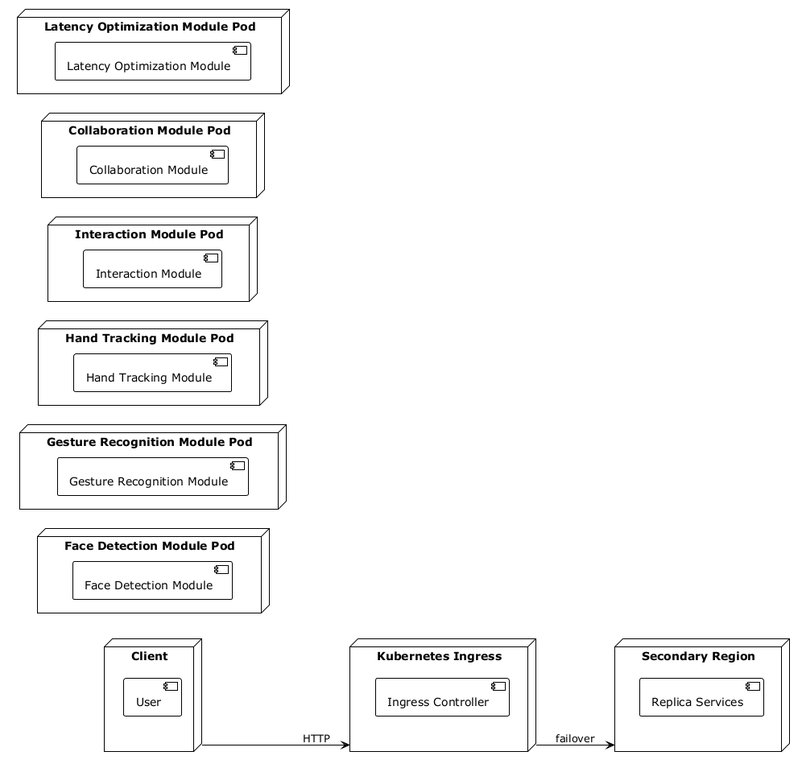
The PlantUML diagram data/outputs/deployment_view.png in hanaAbdelwahab/GPARCHIMIND, before a commit.
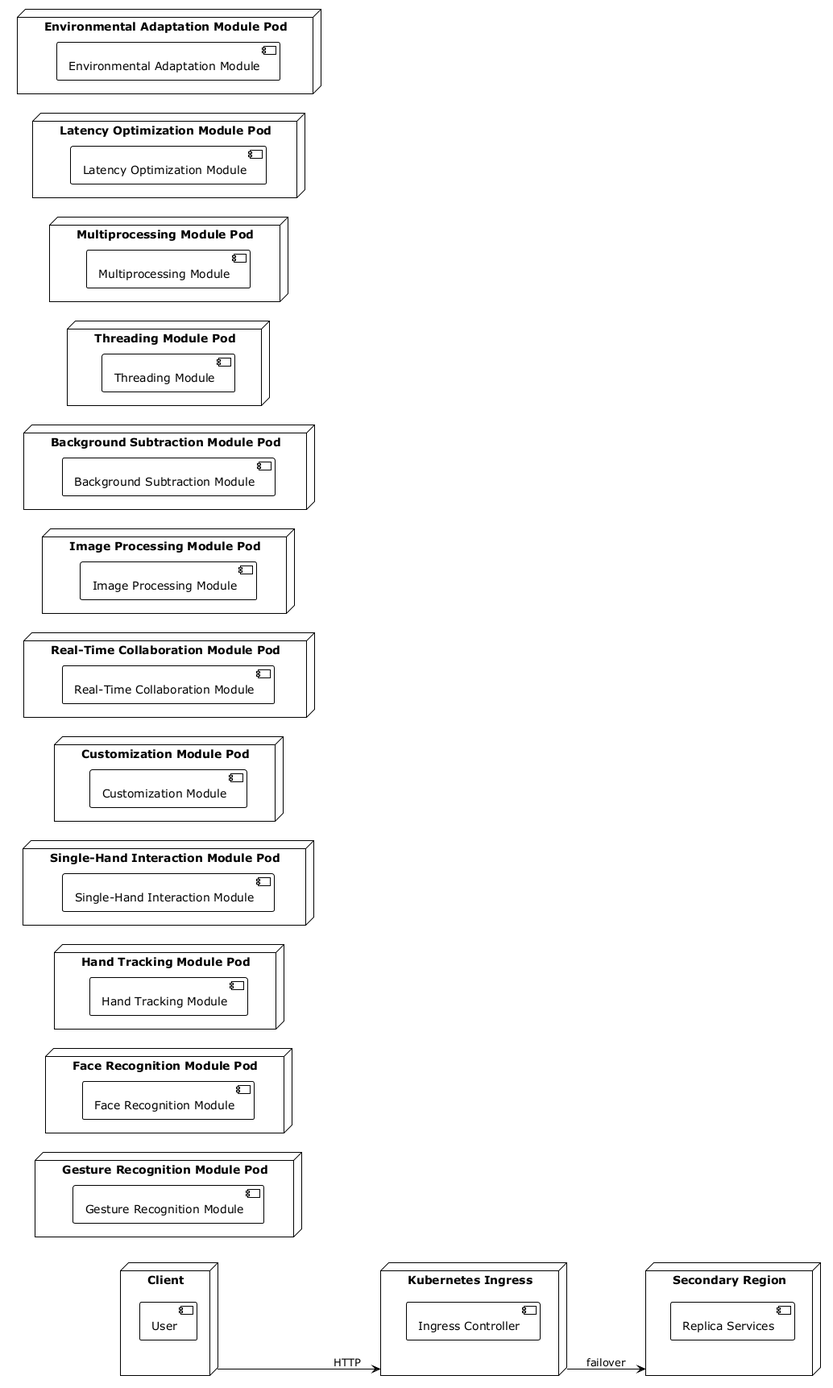
After the change.

The edit, as a diff of the source:
```diff
@@ -7,23 +7,41 @@
 node "Kubernetes Ingress" as IngressController {
   component "Ingress Controller"
 }
-node "Face Detection Module Pod" as FaceDetectionModulePod {
-  component "Face Detection Module"
-}
 node "Gesture Recognition Module Pod" as GestureRecognitionModulePod {
   component "Gesture Recognition Module"
+}
+node "Face Recognition Module Pod" as FaceRecognitionModulePod {
+  component "Face Recognition Module"
 }
 node "Hand Tracking Module Pod" as HandTrackingModulePod {
   component "Hand Tracking Module"
 }
-node "Interaction Module Pod" as InteractionModulePod {
-  component "Interaction Module"
+node "Single-Hand Interaction Module Pod" as SingleHandInteractionModulePod {
+  component "Single-Hand Interaction Module"
 }
-node "Collaboration Module Pod" as CollaborationModulePod {
-  component "Collaboration Module"
+node "Customization Module Pod" as CustomizationModulePod {
+  component "Customization Module"
+}
+node "Real-Time Collaboration Module Pod" as RealTimeCollaborationModulePod {
+  component "Real-Time Collaboration Module"
+}
+node "Image Processing Module Pod" as ImageProcessingModulePod {
+  component "Image Processing Module"
+}
+node "Background Subtraction Module Pod" as BackgroundSubtractionModulePod {
+  component "Background Subtraction Module"
+}
+node "Threading Module Pod" as ThreadingModulePod {
+  component "Threading Module"
+}
+node "Multiprocessing Module Pod" as MultiprocessingModulePod {
+  component "Multiprocessing Module"
 }
 node "Latency Optimization Module Pod" as LatencyOptimizationModulePod {
   component "Latency Optimization Module"
+}
+node "Environmental Adaptation Module Pod" as EnvironmentalAdaptationModulePod {
+  component "Environmental Adaptation Module"
 }
 Client --> IngressController : HTTP
 node "Secondary Region" as SecondaryRegion {
```
